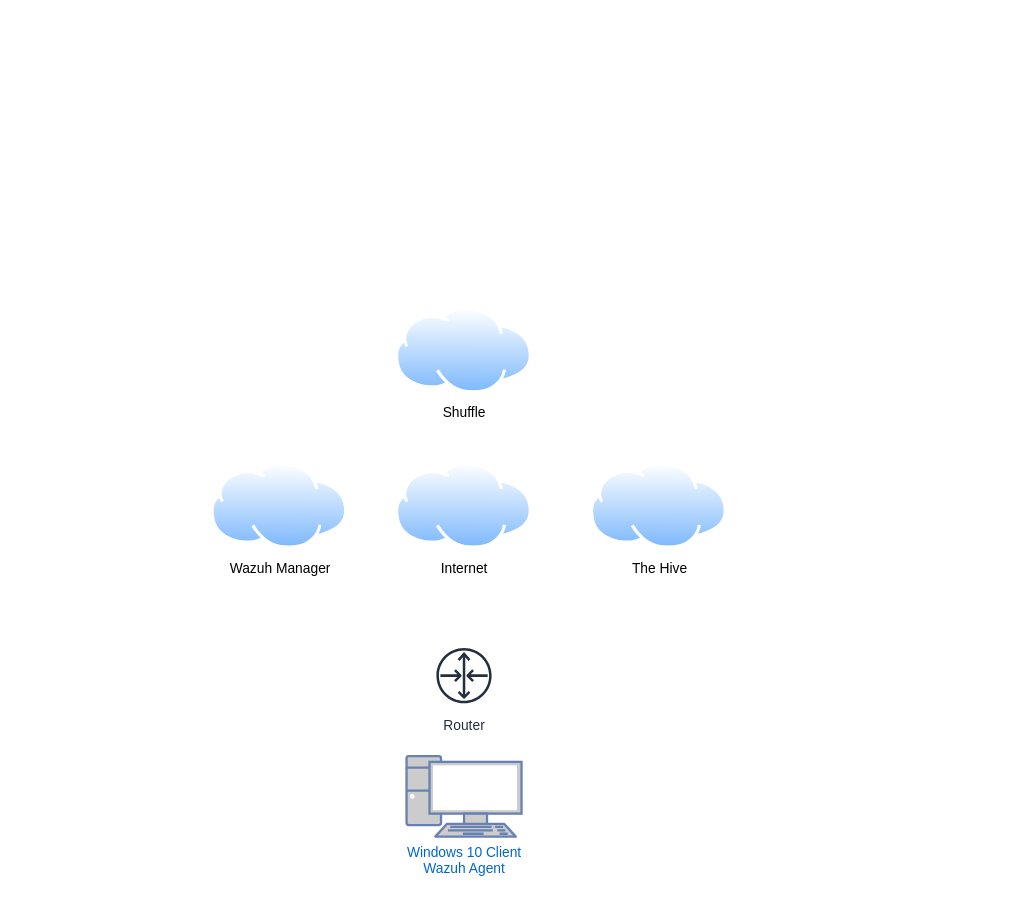
Earlier version of the draw.io diagram Untitled Diagram.drawio (dlcrdz66/SOCAnalyst). Source tidied: cells renumbered, new cells numbered last; positions are measured from the earlier drawing's top-left corner, leaving out a move shared by most shapes. Both pictures are drawn from the tidied source at 115%, with x=0, y=0 at pixel (210, 307).
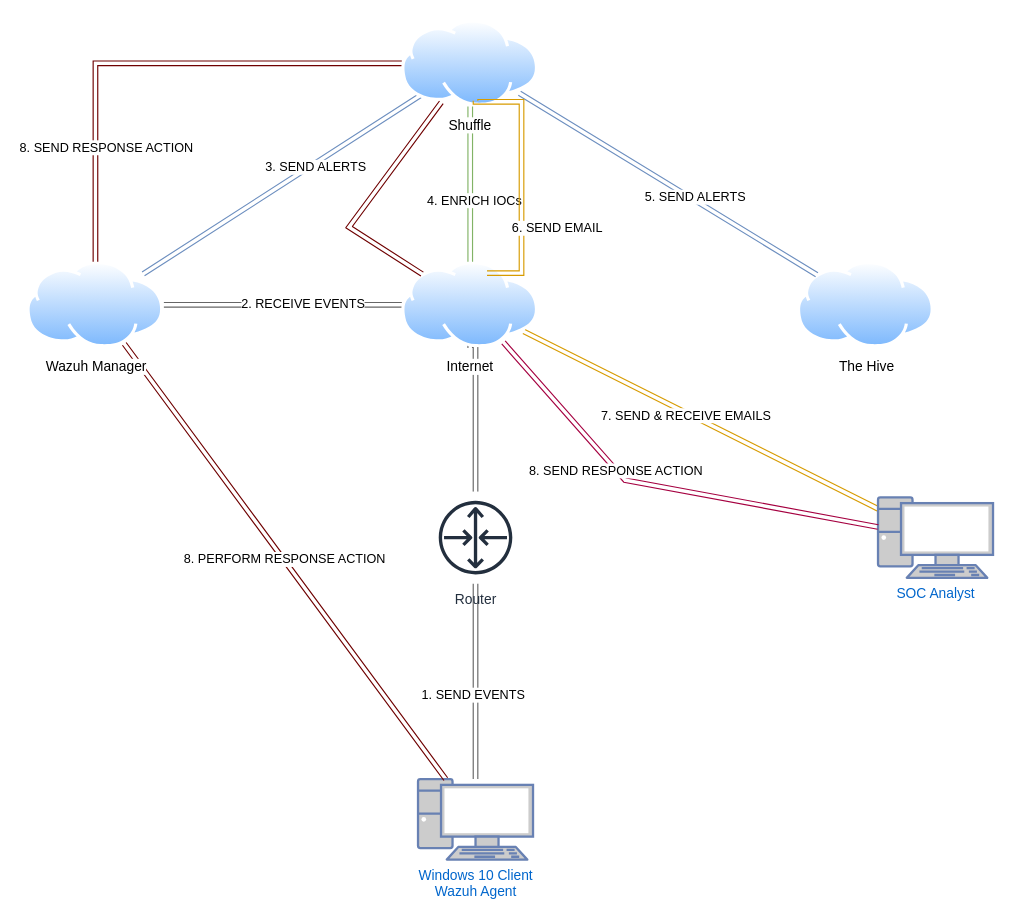
The same diagram, later.

The edit, as a diff of the source:
```diff
@@
+    <mxCell id="8" style="edgeStyle=orthogonalEdgeStyle;rounded=0;jettySize=auto;html=1;startArrow=classic;startFill=1;shape=link;strokeColor=#666666;fillColor=#f5f5f5;" parent="1" edge="1" source="2" target="3">
+      <mxGeometry relative="1" as="geometry" />
+    </mxCell>
+    <mxCell id="9" value="1. SEND EVENTS" style="edgeLabel;html=1;align=center;verticalAlign=middle;" parent="8" vertex="1">
+      <mxGeometry x="-0.13" y="3" relative="1" as="geometry" />
+    </mxCell>
     <mxCell id="2" value="Windows 10 Client&lt;div&gt;Wazuh Agent&lt;/div&gt;" style="fontColor=#0066CC;verticalAlign=top;verticalLabelPosition=bottom;labelPosition=center;align=center;html=1;outlineConnect=0;fillColor=#CCCCCC;strokeColor=#6881B3;gradientColor=none;gradientDirection=north;strokeWidth=2;shape=mxgraph.networks.pc;" parent="1" vertex="1">
-      <mxGeometry x="170" y="390" width="100" height="70" as="geometry" />
+      <mxGeometry x="180" y="410" width="100" height="70" as="geometry" />
     </mxCell>
+    <mxCell id="10" style="edgeStyle=orthogonalEdgeStyle;rounded=0;jettySize=auto;html=1;entryX=0.5;entryY=1;entryDx=0;entryDy=0;shape=link;fillColor=#f5f5f5;strokeColor=#666666;" parent="1" edge="1" source="3" target="4">
+      <mxGeometry relative="1" as="geometry">
+        <Array as="points">
+          <mxPoint x="230" y="30" />
+          <mxPoint x="226" y="30" />
+        </Array>
+      </mxGeometry>
+    </mxCell>
     <mxCell id="3" value="Router" style="sketch=0;outlineConnect=0;fontColor=#232F3E;gradientColor=none;strokeColor=#232F3E;fillColor=#ffffff;dashed=0;verticalLabelPosition=bottom;verticalAlign=top;align=center;html=1;fontSize=12;fontStyle=0;shape=mxgraph.aws4.resourceIcon;resIcon=mxgraph.aws4.router;" parent="1" vertex="1">
-      <mxGeometry x="190" y="290" width="60" height="60" as="geometry" />
+      <mxGeometry x="190" y="160" width="80" height="80" as="geometry" />
     </mxCell>
+    <mxCell id="11" style="edgeStyle=orthogonalEdgeStyle;rounded=0;jettySize=auto;html=1;shape=link;fillColor=#f5f5f5;strokeColor=#666666;" parent="1" edge="1" source="4" target="5">
+      <mxGeometry relative="1" as="geometry" />
+    </mxCell>
+    <mxCell id="12" value="2. RECEIVE EVENTS" style="edgeLabel;html=1;align=center;verticalAlign=middle;" parent="11" vertex="1">
+      <mxGeometry x="-0.17" y="-1" relative="1" as="geometry" />
+    </mxCell>
+    <mxCell id="13" style="rounded=0;jettySize=auto;html=1;shape=link;fillColor=#ffe6cc;strokeColor=#d79b00;" parent="1" edge="1" source="4" target="25">
+      <mxGeometry relative="1" as="geometry" />
+    </mxCell>
+    <mxCell id="14" value="7. SEND &amp;amp; RECEIVE EMAILS" style="edgeLabel;html=1;align=center;verticalAlign=middle;" parent="13" vertex="1">
+      <mxGeometry x="-0.08" y="-2" relative="1" as="geometry" />
+    </mxCell>
     <mxCell id="4" value="Internet" style="image;perimeter=ellipsePerimeter;html=1;align=center;shadow=0;dashed=0;spacingTop=3;image=img/lib/active_directory/internet_cloud.svg;" parent="1" vertex="1">
-      <mxGeometry x="160.5" y="135" width="119" height="75" as="geometry" />
+      <mxGeometry x="165.9" y="-40" width="119" height="75" as="geometry" />
     </mxCell>
+    <mxCell id="15" style="rounded=0;jettySize=auto;html=1;shape=link;fillColor=#dae8fc;strokeColor=#6c8ebf;" parent="1" edge="1" source="5" target="7">
+      <mxGeometry relative="1" as="geometry" />
+    </mxCell>
+    <mxCell id="16" value="3. SEND ALERTS" style="edgeLabel;html=1;align=center;verticalAlign=middle;" parent="15" vertex="1">
+      <mxGeometry x="0.22" y="-3" relative="1" as="geometry" />
+    </mxCell>
+    <mxCell id="17" style="rounded=0;jettySize=auto;html=1;shape=link;fillColor=#a20025;strokeColor=#6F0000;" parent="1" edge="1" source="5" target="2">
+      <mxGeometry relative="1" as="geometry" />
+    </mxCell>
+    <mxCell id="18" value="8. PERFORM RESPONSE ACTION" style="edgeLabel;html=1;align=center;verticalAlign=middle;" parent="17" vertex="1">
+      <mxGeometry x="-0.01" y="1" relative="1" as="geometry" />
+    </mxCell>
     <mxCell id="5" value="Wazuh Manager" style="image;perimeter=ellipsePerimeter;html=1;align=center;shadow=0;dashed=0;spacingTop=3;image=img/lib/active_directory/internet_cloud.svg;" parent="1" vertex="1">
-      <mxGeometry y="135" width="119" height="75" as="geometry" />
+      <mxGeometry x="-160" y="-40" width="119" height="75" as="geometry" />
     </mxCell>
     <mxCell id="6" value="The Hive" style="image;perimeter=ellipsePerimeter;html=1;align=center;shadow=0;dashed=0;spacingTop=3;image=img/lib/active_directory/internet_cloud.svg;" parent="1" vertex="1">
-      <mxGeometry x="330" y="135" width="119" height="75" as="geometry" />
+      <mxGeometry x="510" y="-40" width="119" height="75" as="geometry" />
     </mxCell>
+    <mxCell id="19" style="edgeStyle=orthogonalEdgeStyle;rounded=0;jettySize=auto;html=1;fillColor=#d5e8d4;strokeColor=#82b366;shape=link;" parent="1" edge="1" source="7" target="4">
+      <mxGeometry relative="1" as="geometry" />
+    </mxCell>
+    <mxCell id="20" value="4. ENRICH IOCs" style="edgeLabel;html=1;align=center;verticalAlign=middle;" parent="19" vertex="1">
+      <mxGeometry x="0.21" y="3" relative="1" as="geometry">
+        <mxPoint y="-1" as="offset" />
+      </mxGeometry>
+    </mxCell>
+    <mxCell id="21" style="rounded=0;jettySize=auto;html=1;shape=link;fillColor=#dae8fc;strokeColor=#6c8ebf;" parent="1" edge="1" source="7" target="6">
+      <mxGeometry relative="1" as="geometry" />
+    </mxCell>
+    <mxCell id="22" value="5. SEND ALERTS" style="edgeLabel;html=1;align=center;verticalAlign=middle;" parent="21" vertex="1">
+      <mxGeometry x="0.17" y="3" relative="1" as="geometry" />
+    </mxCell>
+    <mxCell id="23" style="edgeStyle=orthogonalEdgeStyle;rounded=0;jettySize=auto;html=1;shape=link;fillColor=#a20025;strokeColor=#6F0000;" parent="1" edge="1" source="7" target="5">
+      <mxGeometry relative="1" as="geometry" />
+    </mxCell>
+    <mxCell id="24" value="8. SEND RESPONSE ACTION" style="edgeLabel;html=1;align=center;verticalAlign=middle;" parent="23" vertex="1">
+      <mxGeometry x="-0.25" y="-2" relative="1" as="geometry">
+        <mxPoint x="-92" y="75" as="offset" />
+      </mxGeometry>
+    </mxCell>
     <mxCell id="7" value="Shuffle" style="image;perimeter=ellipsePerimeter;html=1;align=center;shadow=0;dashed=0;spacingTop=3;image=img/lib/active_directory/internet_cloud.svg;" parent="1" vertex="1">
-      <mxGeometry x="160.5" width="119" height="75" as="geometry" />
+      <mxGeometry x="165.9" y="-250" width="119" height="75" as="geometry" />
     </mxCell>
+    <mxCell id="25" value="SOC Analyst" style="fontColor=#0066CC;verticalAlign=top;verticalLabelPosition=bottom;labelPosition=center;align=center;html=1;outlineConnect=0;fillColor=#CCCCCC;strokeColor=#6881B3;gradientColor=none;gradientDirection=north;strokeWidth=2;shape=mxgraph.networks.pc;" parent="1" vertex="1">
+      <mxGeometry x="580" y="165" width="100" height="70" as="geometry" />
+    </mxCell>
+    <mxCell id="26" style="edgeStyle=orthogonalEdgeStyle;rounded=0;orthogonalLoop=1;jettySize=auto;html=1;entryX=0.706;entryY=0.267;entryDx=0;entryDy=0;entryPerimeter=0;curved=1;shape=link;fillColor=#ffe6cc;strokeColor=#d79b00;" parent="1" edge="1">
+      <mxGeometry relative="1" as="geometry">
+        <mxPoint x="230" y="-180" as="sourcePoint" />
+        <mxPoint x="240" y="-30" as="targetPoint" />
+        <Array as="points">
+          <mxPoint x="230" y="-179" />
+          <mxPoint x="270" y="-179" />
+          <mxPoint x="270" y="-30" />
+        </Array>
+      </mxGeometry>
+    </mxCell>
+    <mxCell id="27" value="6. SEND EMAIL" style="edgeLabel;html=1;align=center;verticalAlign=middle;" parent="26" vertex="1">
+      <mxGeometry x="-0.16" y="1" relative="1" as="geometry">
+        <mxPoint x="29" y="58" as="offset" />
+      </mxGeometry>
+    </mxCell>
+    <mxCell id="28" style="rounded=0;jettySize=auto;html=1;shape=link;fillColor=#d80073;strokeColor=#A50040;" parent="1" edge="1" source="25" target="4">
+      <mxGeometry relative="1" as="geometry">
+        <Array as="points">
+          <mxPoint x="360" y="150" />
+        </Array>
+      </mxGeometry>
+    </mxCell>
+    <mxCell id="29" value="8. SEND RESPONSE ACTION" style="edgeLabel;html=1;align=center;verticalAlign=middle;" parent="28" vertex="1">
+      <mxGeometry x="0.23" y="1" relative="1" as="geometry" />
+    </mxCell>
+    <mxCell id="30" style="rounded=0;jettySize=auto;html=1;shape=link;fillColor=#a20025;strokeColor=#6F0000;" parent="1" edge="1" source="4" target="7">
+      <mxGeometry relative="1" as="geometry">
+        <Array as="points">
+          <mxPoint x="120" y="-70" />
+        </Array>
+      </mxGeometry>
+    </mxCell>
```
